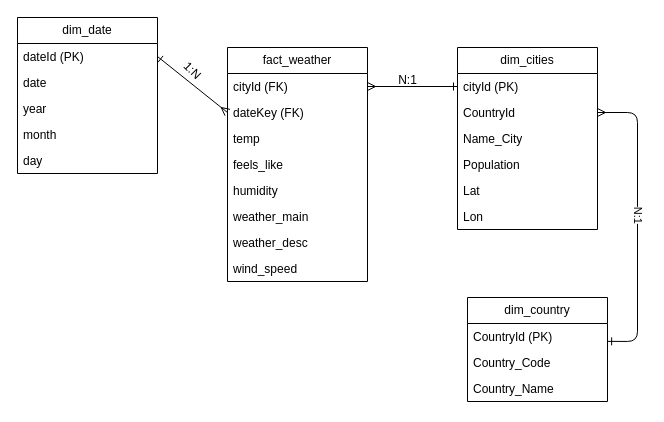
Above: docs/start_schema.drawio in Lisandrot1/etl-end-to-end-api (draw.io), before the change. Source tidied: cells renumbered, new cells numbered last; positions are measured from the earlier drawing's top-left corner, leaving out a move shared by most shapes. Both pictures are drawn from the tidied source at 100%, with x=0, y=0 at pixel (17, 17).
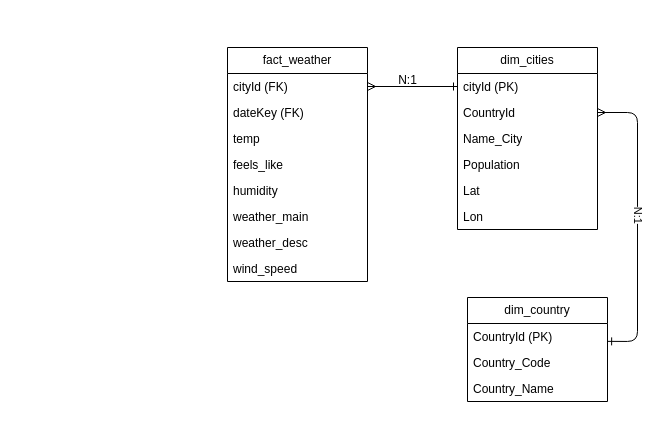
The same page after the edit.

The change refers to these unchanged cells:
```xml
<mxCell id="21" value="dateKey (FK)" style="text;strokeColor=none;fillColor=none;align=left;verticalAlign=top;spacingLeft=4;spacingRight=4;overflow=hidden;points=[[0,0.5],[1,0.5]];portConstraint=eastwest;whiteSpace=wrap;html=1;" parent="19" vertex="1">
  <mxGeometry y="52" width="140" height="26" as="geometry" />
</mxCell>
```

The edit, as a diff of the source:
```diff
@@
-    <mxCell id="2" value="dim_date" style="swimlane;fontStyle=0;horizontal=1;startSize=26;fillColor=none;whiteSpace=wrap;html=1;" parent="1" vertex="1">
-      <mxGeometry width="140" height="156" as="geometry" />
-    </mxCell>
-    <mxCell id="3" value="dateId (PK)" style="text;strokeColor=none;fillColor=none;align=left;verticalAlign=top;spacingLeft=4;spacingRight=4;overflow=hidden;points=[[0,0.5],[1,0.5]];portConstraint=eastwest;whiteSpace=wrap;html=1;" parent="2" vertex="1">
-      <mxGeometry y="26" width="140" height="26" as="geometry" />
-    </mxCell>
-    <mxCell id="4" value="date" style="text;strokeColor=none;fillColor=none;align=left;verticalAlign=top;spacingLeft=4;spacingRight=4;overflow=hidden;whiteSpace=wrap;html=1;" parent="2" vertex="1">
-      <mxGeometry y="52" width="140" height="26" as="geometry" />
-    </mxCell>
-    <mxCell id="5" value="year" style="text;strokeColor=none;fillColor=none;align=left;verticalAlign=top;spacingLeft=4;spacingRight=4;overflow=hidden;whiteSpace=wrap;html=1;" parent="2" vertex="1">
-      <mxGeometry y="78" width="140" height="26" as="geometry" />
-    </mxCell>
-    <mxCell id="6" value="month" style="text;strokeColor=none;fillColor=none;align=left;verticalAlign=top;spacingLeft=4;spacingRight=4;overflow=hidden;whiteSpace=wrap;html=1;" parent="2" vertex="1">
-      <mxGeometry y="104" width="140" height="26" as="geometry" />
-    </mxCell>
-    <mxCell id="7" value="day" style="text;strokeColor=none;fillColor=none;align=left;verticalAlign=top;spacingLeft=4;spacingRight=4;overflow=hidden;whiteSpace=wrap;html=1;" parent="2" vertex="1">
-      <mxGeometry y="130" width="140" height="26" as="geometry" />
-    </mxCell>
@@
-    <mxCell id="28" style="edgeStyle=none;html=1;exitX=1;exitY=0.5;exitDx=0;exitDy=0;entryX=0;entryY=0.5;entryDx=0;entryDy=0;startArrow=ERone;startFill=0;endArrow=ERmany;endFill=0;" parent="1" edge="1" source="3" target="21">
-      <mxGeometry relative="1" as="geometry" />
-    </mxCell>
@@
-    <mxCell id="33" value="1:N&lt;div&gt;&lt;br&gt;&lt;/div&gt;" style="text;html=1;align=center;verticalAlign=middle;strokeColor=none;fillColor=none;rotation=45;" parent="1" vertex="1">
-      <mxGeometry x="150" y="38" width="40" height="40" as="geometry" />
-    </mxCell>
```
